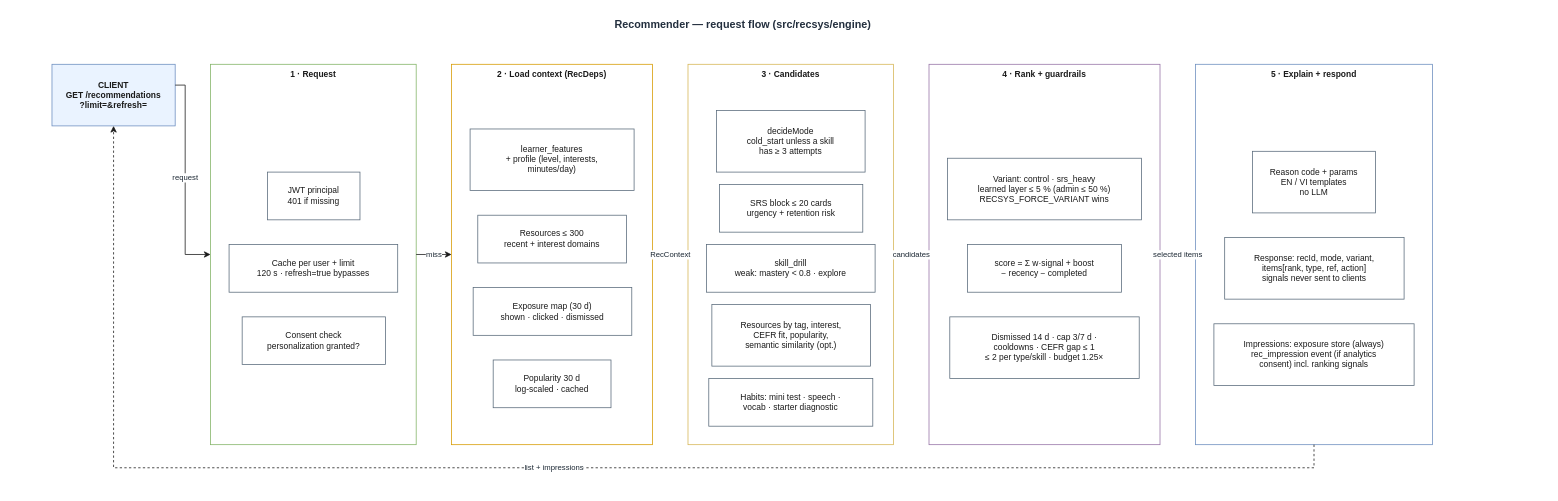
Above: docs/recommendation/diagrams/02-recommender.drawio in minhkhoavo/EchoEnglish-nodejs (draw.io), before the change. Source tidied: cells renumbered, new cells numbered last; positions are measured from the earlier drawing's top-left corner, leaving out a move shared by most shapes. Both pictures are drawn from the tidied source at 77%, with x=0, y=0 at pixel (13, 13).
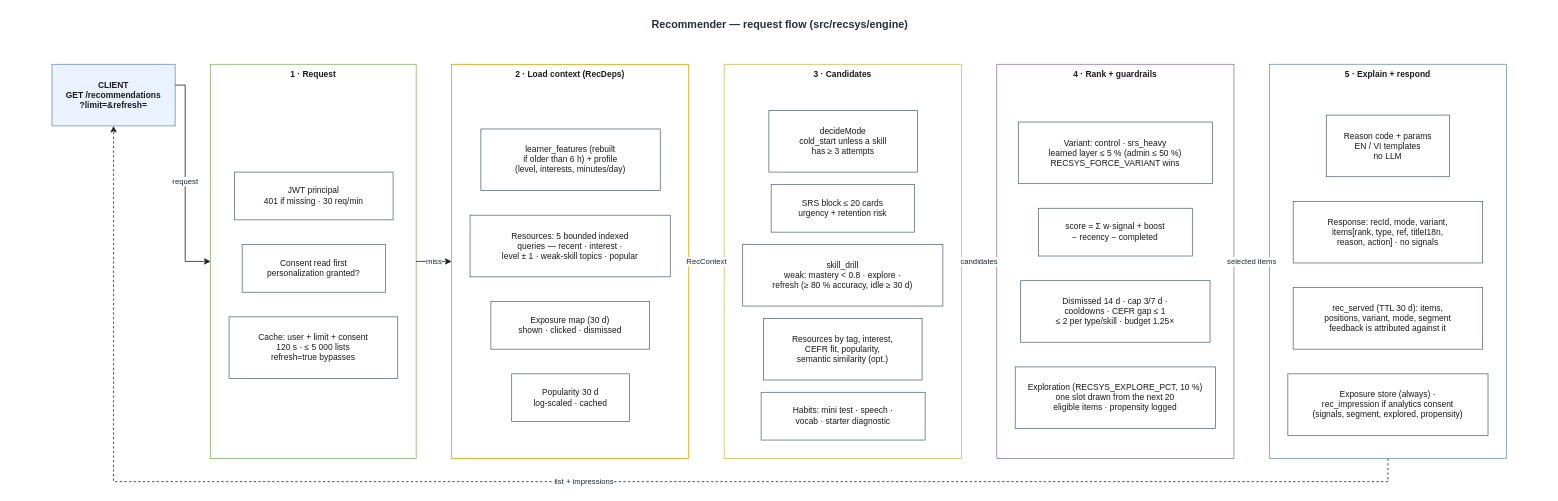
The same page after the edit.

Commit message (it also covers changes not shown here):
docs(recsys): diagrams 1-3 show Phase 4; Phase 3 diagram passes the file validator

Unchanged cells that the change refers to:
```xml
<mxCell id="3" value="CLIENT&#10;GET /recommendations&#10;?limit=&amp;refresh=" style="rounded=0;whiteSpace=wrap;html=1;fillColor=light-dark(#eaf3ff,#10202e);strokeColor=#6C8EBF;fontColor=#1A1A1A;fontSize=11;fontStyle=1;verticalAlign=middle;" parent="1" vertex="1">
  <mxGeometry x="50" y="66" width="160" height="80" as="geometry" />
</mxCell>
```

The edit, as a diff of the source:
```diff
@@
     <mxCell id="2" value="Recommender — request flow (src/recsys/engine)" style="text;html=1;align=center;fontStyle=1;fontSize=14;fontColor=light-dark(#232F3E,#E8E8E8);" parent="1" vertex="1">
-      <mxGeometry width="1893" height="30" as="geometry" />
+      <mxGeometry width="1989" height="30" as="geometry" />
     </mxCell>
@@
     <mxCell id="4" value="1 · Request" style="rounded=0;whiteSpace=wrap;html=1;fillColor=light-dark(#ffffff,#0f1620);strokeColor=#82B366;fontColor=#1A1A1A;fontSize=11;fontStyle=1;verticalAlign=top;" parent="1" vertex="1">
-      <mxGeometry x="256" y="66" width="267" height="494" as="geometry" />
+      <mxGeometry x="256" y="66" width="267" height="512" as="geometry" />
     </mxCell>
-    <mxCell id="5" value="JWT principal&#10;401 if missing" style="rounded=0;whiteSpace=wrap;html=1;fillColor=#FFFFFF;strokeColor=#5A6B7B;fontColor=#1A1A1A;fontSize=11;fontStyle=0;verticalAlign=middle;" parent="4" vertex="1">
-      <mxGeometry x="74" y="140" width="120" height="62" as="geometry" />
+    <mxCell id="5" value="JWT principal&#10;401 if missing · 30 req/min" style="rounded=0;whiteSpace=wrap;html=1;fillColor=#FFFFFF;strokeColor=#5A6B7B;fontColor=#1A1A1A;fontSize=11;fontStyle=0;verticalAlign=middle;" parent="4" vertex="1">
+      <mxGeometry x="31" y="140" width="206" height="62" as="geometry" />
     </mxCell>
+    <mxCell id="7" value="Consent read first&#10;personalization granted?" style="rounded=0;whiteSpace=wrap;html=1;fillColor=#FFFFFF;strokeColor=#5A6B7B;fontColor=#1A1A1A;fontSize=11;fontStyle=0;verticalAlign=middle;" parent="4" vertex="1">
+      <mxGeometry x="41" y="234" width="186" height="62" as="geometry" />
+    </mxCell>
-    <mxCell id="6" value="Cache per user + limit&#10;120 s · refresh=true bypasses" style="rounded=0;whiteSpace=wrap;html=1;fillColor=#FFFFFF;strokeColor=#5A6B7B;fontColor=#1A1A1A;fontSize=11;fontStyle=0;verticalAlign=middle;" parent="4" vertex="1">
-      <mxGeometry x="24" y="234" width="219" height="62" as="geometry" />
+    <mxCell id="6" value="Cache: user + limit + consent&#10;120 s · ≤ 5 000 lists&#10;refresh=true bypasses" style="rounded=0;whiteSpace=wrap;html=1;fillColor=#FFFFFF;strokeColor=#5A6B7B;fontColor=#1A1A1A;fontSize=11;fontStyle=0;verticalAlign=middle;" parent="4" vertex="1">
+      <mxGeometry x="24" y="328" width="219" height="80" as="geometry" />
     </mxCell>
-    <mxCell id="7" value="Consent check&#10;personalization granted?" style="rounded=0;whiteSpace=wrap;html=1;fillColor=#FFFFFF;strokeColor=#5A6B7B;fontColor=#1A1A1A;fontSize=11;fontStyle=0;verticalAlign=middle;" parent="4" vertex="1">
-      <mxGeometry x="41" y="328" width="186" height="62" as="geometry" />
-    </mxCell>
     <mxCell id="8" value="2 · Load context (RecDeps)" style="rounded=0;whiteSpace=wrap;html=1;fillColor=light-dark(#ffffff,#0f1620);strokeColor=#D79B00;fontColor=#1A1A1A;fontSize=11;fontStyle=1;verticalAlign=top;" parent="1" vertex="1">
-      <mxGeometry x="569" y="66" width="261" height="494" as="geometry" />
+      <mxGeometry x="569" y="66" width="308" height="512" as="geometry" />
     </mxCell>
-    <mxCell id="9" value="learner_features&#10;+ profile (level, interests,&#10;minutes/day)" style="rounded=0;whiteSpace=wrap;html=1;fillColor=#FFFFFF;strokeColor=#5A6B7B;fontColor=#1A1A1A;fontSize=11;fontStyle=0;verticalAlign=middle;" parent="8" vertex="1">
-      <mxGeometry x="24" y="84" width="213" height="80" as="geometry" />
+    <mxCell id="9" value="learner_features (rebuilt&#10;if older than 6 h) + profile&#10;(level, interests, minutes/day)" style="rounded=0;whiteSpace=wrap;html=1;fillColor=#FFFFFF;strokeColor=#5A6B7B;fontColor=#1A1A1A;fontSize=11;fontStyle=0;verticalAlign=middle;" parent="8" vertex="1">
+      <mxGeometry x="38" y="84" width="233" height="80" as="geometry" />
     </mxCell>
-    <mxCell id="10" value="Resources ≤ 300&#10;recent + interest domains" style="rounded=0;whiteSpace=wrap;html=1;fillColor=#FFFFFF;strokeColor=#5A6B7B;fontColor=#1A1A1A;fontSize=11;fontStyle=0;verticalAlign=middle;" parent="8" vertex="1">
-      <mxGeometry x="34" y="196" width="193" height="62" as="geometry" />
+    <mxCell id="10" value="Resources: 5 bounded indexed&#10;queries — recent · interest ·&#10;level ± 1 · weak-skill topics · popular" style="rounded=0;whiteSpace=wrap;html=1;fillColor=#FFFFFF;strokeColor=#5A6B7B;fontColor=#1A1A1A;fontSize=11;fontStyle=0;verticalAlign=middle;" parent="8" vertex="1">
+      <mxGeometry x="24" y="196" width="260" height="80" as="geometry" />
     </mxCell>
     <mxCell id="11" value="Exposure map (30 d)&#10;shown · clicked · dismissed" style="rounded=0;whiteSpace=wrap;html=1;fillColor=#FFFFFF;strokeColor=#5A6B7B;fontColor=#1A1A1A;fontSize=11;fontStyle=0;verticalAlign=middle;" parent="8" vertex="1">
-      <mxGeometry x="28" y="290" width="206" height="62" as="geometry" />
+      <mxGeometry x="51" y="308" width="206" height="62" as="geometry" />
     </mxCell>
     <mxCell id="12" value="Popularity 30 d&#10;log-scaled · cached" style="rounded=0;whiteSpace=wrap;html=1;fillColor=#FFFFFF;strokeColor=#5A6B7B;fontColor=#1A1A1A;fontSize=11;fontStyle=0;verticalAlign=middle;" parent="8" vertex="1">
-      <mxGeometry x="54" y="384" width="153" height="62" as="geometry" />
+      <mxGeometry x="78" y="402" width="153" height="62" as="geometry" />
     </mxCell>
     <mxCell id="13" value="3 · Candidates" style="rounded=0;whiteSpace=wrap;html=1;fillColor=light-dark(#ffffff,#0f1620);strokeColor=#D6B656;fontColor=#1A1A1A;fontSize=11;fontStyle=1;verticalAlign=top;" parent="1" vertex="1">
-      <mxGeometry x="876" y="66" width="267" height="494" as="geometry" />
+      <mxGeometry x="923" y="66" width="308" height="512" as="geometry" />
     </mxCell>
     <mxCell id="14" value="decideMode&#10;cold_start unless a skill&#10;has ≥ 3 attempts" style="rounded=0;whiteSpace=wrap;html=1;fillColor=#FFFFFF;strokeColor=#5A6B7B;fontColor=#1A1A1A;fontSize=11;fontStyle=0;verticalAlign=middle;" parent="13" vertex="1">
-      <mxGeometry x="37" y="60" width="193" height="80" as="geometry" />
+      <mxGeometry x="58" y="60" width="193" height="80" as="geometry" />
     </mxCell>
     <mxCell id="15" value="SRS block ≤ 20 cards&#10;urgency + retention risk" style="rounded=0;whiteSpace=wrap;html=1;fillColor=#FFFFFF;strokeColor=#5A6B7B;fontColor=#1A1A1A;fontSize=11;fontStyle=0;verticalAlign=middle;" parent="13" vertex="1">
-      <mxGeometry x="41" y="156" width="186" height="62" as="geometry" />
+      <mxGeometry x="61" y="156" width="186" height="62" as="geometry" />
     </mxCell>
-    <mxCell id="16" value="skill_drill&#10;weak: mastery &lt; 0.8 · explore" style="rounded=0;whiteSpace=wrap;html=1;fillColor=#FFFFFF;strokeColor=#5A6B7B;fontColor=#1A1A1A;fontSize=11;fontStyle=0;verticalAlign=middle;" parent="13" vertex="1">
-      <mxGeometry x="24" y="234" width="219" height="62" as="geometry" />
+    <mxCell id="16" value="skill_drill&#10;weak: mastery &lt; 0.8 · explore ·&#10;refresh (≥ 80 % accuracy, idle ≥ 30 d)" style="rounded=0;whiteSpace=wrap;html=1;fillColor=#FFFFFF;strokeColor=#5A6B7B;fontColor=#1A1A1A;fontSize=11;fontStyle=0;verticalAlign=middle;" parent="13" vertex="1">
+      <mxGeometry x="24" y="234" width="260" height="80" as="geometry" />
     </mxCell>
     <mxCell id="17" value="Resources by tag, interest,&#10;CEFR fit, popularity,&#10;semantic similarity (opt.)" style="rounded=0;whiteSpace=wrap;html=1;fillColor=#FFFFFF;strokeColor=#5A6B7B;fontColor=#1A1A1A;fontSize=11;fontStyle=0;verticalAlign=middle;" parent="13" vertex="1">
-      <mxGeometry x="31" y="312" width="206" height="80" as="geometry" />
+      <mxGeometry x="51" y="330" width="206" height="80" as="geometry" />
     </mxCell>
     <mxCell id="18" value="Habits: mini test · speech ·&#10;vocab · starter diagnostic" style="rounded=0;whiteSpace=wrap;html=1;fillColor=#FFFFFF;strokeColor=#5A6B7B;fontColor=#1A1A1A;fontSize=11;fontStyle=0;verticalAlign=middle;" parent="13" vertex="1">
-      <mxGeometry x="27" y="408" width="213" height="62" as="geometry" />
+      <mxGeometry x="48" y="426" width="213" height="62" as="geometry" />
     </mxCell>
     <mxCell id="19" value="4 · Rank + guardrails" style="rounded=0;whiteSpace=wrap;html=1;fillColor=light-dark(#ffffff,#0f1620);strokeColor=#9673A6;fontColor=#1A1A1A;fontSize=11;fontStyle=1;verticalAlign=top;" parent="1" vertex="1">
-      <mxGeometry x="1189" y="66" width="300" height="494" as="geometry" />
+      <mxGeometry x="1277" y="66" width="308" height="512" as="geometry" />
     </mxCell>
     <mxCell id="20" value="Variant: control · srs_heavy&#10;learned layer ≤ 5 % (admin ≤ 50 %)&#10;RECSYS_FORCE_VARIANT wins" style="rounded=0;whiteSpace=wrap;html=1;fillColor=#FFFFFF;strokeColor=#5A6B7B;fontColor=#1A1A1A;fontSize=11;fontStyle=0;verticalAlign=middle;" parent="19" vertex="1">
-      <mxGeometry x="24" y="122" width="252" height="80" as="geometry" />
+      <mxGeometry x="28" y="75" width="252" height="80" as="geometry" />
     </mxCell>
     <mxCell id="21" value="score = Σ w·signal + boost&#10;− recency − completed" style="rounded=0;whiteSpace=wrap;html=1;fillColor=#FFFFFF;strokeColor=#5A6B7B;fontColor=#1A1A1A;fontSize=11;fontStyle=0;verticalAlign=middle;" parent="19" vertex="1">
-      <mxGeometry x="50" y="234" width="200" height="62" as="geometry" />
+      <mxGeometry x="54" y="187" width="200" height="62" as="geometry" />
     </mxCell>
     <mxCell id="22" value="Dismissed 14 d · cap 3/7 d ·&#10;cooldowns · CEFR gap ≤ 1&#10;≤ 2 per type/skill · budget 1.25×" style="rounded=0;whiteSpace=wrap;html=1;fillColor=#FFFFFF;strokeColor=#5A6B7B;fontColor=#1A1A1A;fontSize=11;fontStyle=0;verticalAlign=middle;" parent="19" vertex="1">
-      <mxGeometry x="27" y="328" width="246" height="80" as="geometry" />
+      <mxGeometry x="31" y="281" width="246" height="80" as="geometry" />
     </mxCell>
+    <mxCell id="33" value="Exploration (RECSYS_EXPLORE_PCT, 10 %)&#10;one slot drawn from the next 20&#10;eligible items · propensity logged" style="rounded=0;whiteSpace=wrap;html=1;fillColor=#FFFFFF;strokeColor=#5A6B7B;fontColor=#1A1A1A;fontSize=11;fontStyle=0;verticalAlign=middle;" parent="19" vertex="1">
+      <mxGeometry x="24" y="393" width="260" height="80" as="geometry" />
+    </mxCell>
     <mxCell id="23" value="5 · Explain + respond" style="rounded=0;whiteSpace=wrap;html=1;fillColor=light-dark(#ffffff,#0f1620);strokeColor=#6C8EBF;fontColor=#1A1A1A;fontSize=11;fontStyle=1;verticalAlign=top;" parent="1" vertex="1">
-      <mxGeometry x="1535" y="66" width="308" height="494" as="geometry" />
+      <mxGeometry x="1631" y="66" width="308" height="512" as="geometry" />
     </mxCell>
     <mxCell id="24" value="Reason code + params&#10;EN / VI templates&#10;no LLM" style="rounded=0;whiteSpace=wrap;html=1;fillColor=#FFFFFF;strokeColor=#5A6B7B;fontColor=#1A1A1A;fontSize=11;fontStyle=0;verticalAlign=middle;" parent="23" vertex="1">
-      <mxGeometry x="74" y="113" width="160" height="80" as="geometry" />
+      <mxGeometry x="74" y="66" width="160" height="80" as="geometry" />
     </mxCell>
-    <mxCell id="25" value="Response: recId, mode, variant,&#10;items[rank, type, ref, action]&#10;signals never sent to clients" style="rounded=0;whiteSpace=wrap;html=1;fillColor=#FFFFFF;strokeColor=#5A6B7B;fontColor=#1A1A1A;fontSize=11;fontStyle=0;verticalAlign=middle;" parent="23" vertex="1">
-      <mxGeometry x="38" y="225" width="233" height="80" as="geometry" />
+    <mxCell id="25" value="Response: recId, mode, variant,&#10;items[rank, type, ref, titleI18n,&#10;reason, action] · no signals" style="rounded=0;whiteSpace=wrap;html=1;fillColor=#FFFFFF;strokeColor=#5A6B7B;fontColor=#1A1A1A;fontSize=11;fontStyle=0;verticalAlign=middle;" parent="23" vertex="1">
+      <mxGeometry x="31" y="178" width="246" height="80" as="geometry" />
     </mxCell>
+    <mxCell id="34" value="rec_served (TTL 30 d): items,&#10;positions, variant, mode, segment&#10;feedback is attributed against it" style="rounded=0;whiteSpace=wrap;html=1;fillColor=#FFFFFF;strokeColor=#5A6B7B;fontColor=#1A1A1A;fontSize=11;fontStyle=0;verticalAlign=middle;" parent="23" vertex="1">
+      <mxGeometry x="31" y="290" width="246" height="80" as="geometry" />
+    </mxCell>
-    <mxCell id="26" value="Impressions: exposure store (always)&#10;rec_impression event (if analytics&#10;consent) incl. ranking signals" style="rounded=0;whiteSpace=wrap;html=1;fillColor=#FFFFFF;strokeColor=#5A6B7B;fontColor=#1A1A1A;fontSize=11;fontStyle=0;verticalAlign=middle;" parent="23" vertex="1">
-      <mxGeometry x="24" y="337" width="260" height="80" as="geometry" />
+    <mxCell id="26" value="Exposure store (always) ·&#10;rec_impression if analytics consent&#10;(signals, segment, explored, propensity)" style="rounded=0;whiteSpace=wrap;html=1;fillColor=#FFFFFF;strokeColor=#5A6B7B;fontColor=#1A1A1A;fontSize=11;fontStyle=0;verticalAlign=middle;" parent="23" vertex="1">
+      <mxGeometry x="24" y="402" width="260" height="80" as="geometry" />
     </mxCell>
     <mxCell id="27" value="request" style="edgeStyle=orthogonalEdgeStyle;html=1;rounded=0;jettySize=auto;fontSize=10;fontColor=light-dark(#1B2733,#CFE0F0);strokeColor=light-dark(#1A1A1A,#E0E0E0);strokeWidth=1;labelBackgroundColor=light-dark(#FFFFFF,#0B0F14);exitX=1;exitY=0.338;exitDx=0;exitDy=0;entryX=0;entryY=0.5;entryDx=0;entryDy=0;" parent="1" edge="1" source="3" target="4">
       <mxGeometry relative="1" as="geometry">
         <Array as="points">
           <mxPoint x="223" y="93" />
-          <mxPoint x="223" y="313" />
+          <mxPoint x="223" y="322" />
         </Array>
       </mxGeometry>
     </mxCell>
@@
     <mxCell id="32" value="list + impressions" style="edgeStyle=orthogonalEdgeStyle;html=1;rounded=0;jettySize=auto;fontSize=10;fontColor=light-dark(#1B2733,#CFE0F0);strokeColor=light-dark(#1A1A1A,#E0E0E0);strokeWidth=1;dashed=1;labelBackgroundColor=light-dark(#FFFFFF,#0B0F14);exitX=0.5;exitY=1;exitDx=0;exitDy=0;entryX=0.5;entryY=1;entryDx=0;entryDy=0;" parent="1" edge="1" source="23" target="3">
       <mxGeometry relative="1" as="geometry">
         <Array as="points">
-          <mxPoint x="1689" y="590" />
-          <mxPoint x="130" y="590" />
+          <mxPoint x="1785" y="608" />
+          <mxPoint x="130" y="608" />
         </Array>
       </mxGeometry>
     </mxCell>
```
